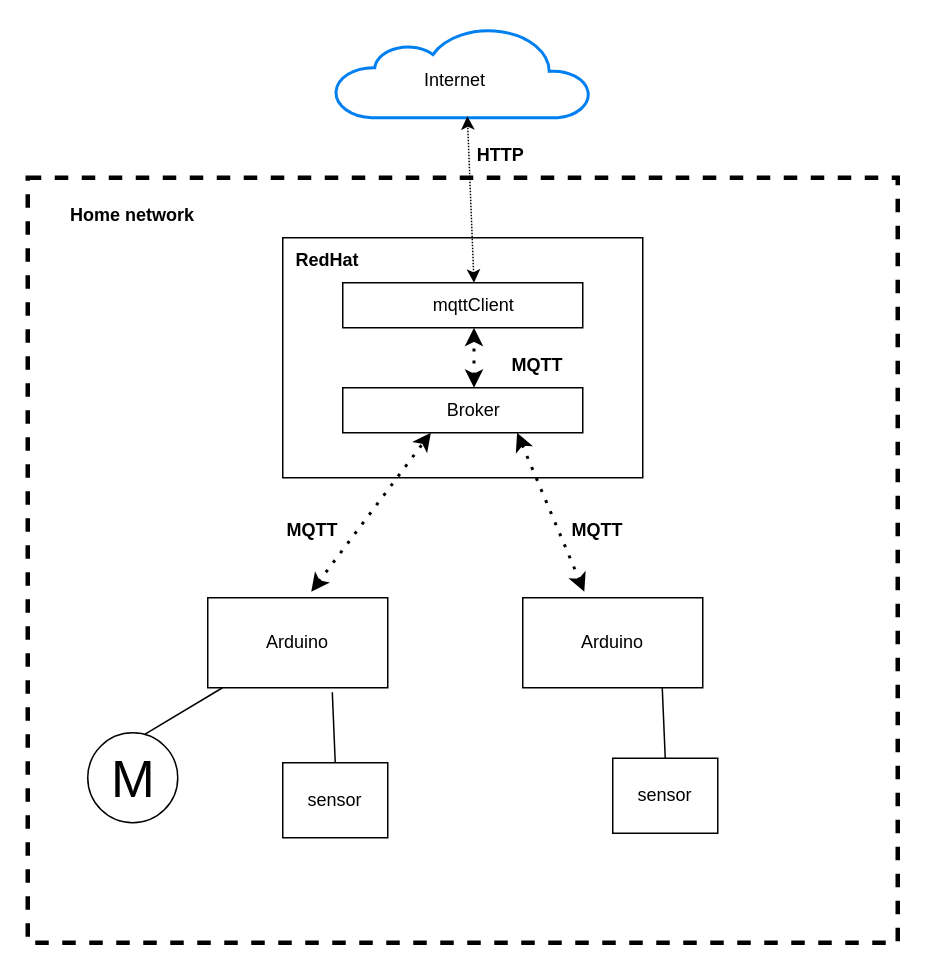
teukkis/superSmartHome keeps this draw.io diagram as architecture.drawio. Above is the earlier version. Source tidied: cells renumbered, new cells numbered last; positions are measured from the earlier drawing's top-left corner, leaving out a move shared by most shapes. Both pictures are drawn from the tidied source at 150%, with x=0, y=0 at pixel (27, 27).
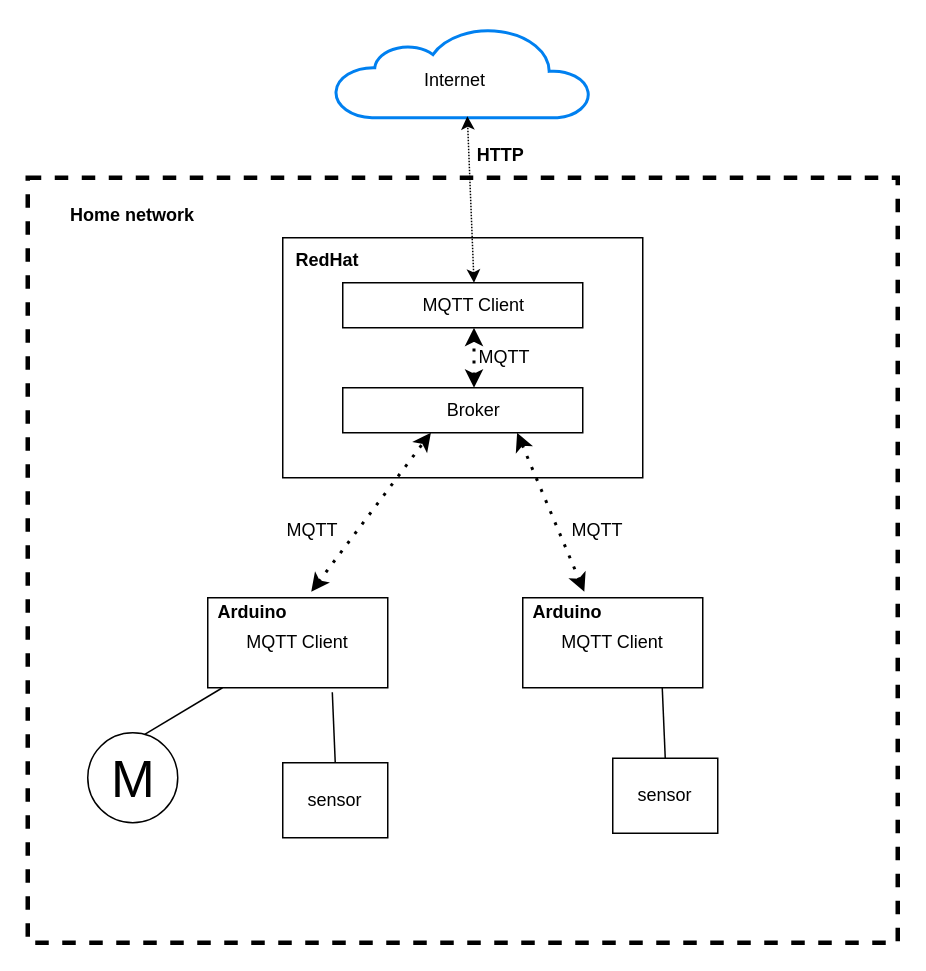
After the change.

What changed in the source:
```diff
@@
-    <mxCell id="12" value="Arduino" style="text;html=1;strokeColor=none;fillColor=none;align=center;verticalAlign=middle;whiteSpace=wrap;rounded=0;" parent="1" vertex="1">
+    <mxCell id="12" value="MQTT Client" style="text;html=1;strokeColor=none;fillColor=none;align=center;verticalAlign=middle;whiteSpace=wrap;rounded=0;" parent="1" vertex="1">
       <mxGeometry x="140" y="395" width="80" height="30" as="geometry" />
     </mxCell>
-    <mxCell id="13" value="Arduino" style="text;html=1;strokeColor=none;fillColor=none;align=center;verticalAlign=middle;whiteSpace=wrap;rounded=0;" parent="1" vertex="1">
+    <mxCell id="13" value="MQTT Client" style="text;html=1;strokeColor=none;fillColor=none;align=center;verticalAlign=middle;whiteSpace=wrap;rounded=0;" parent="1" vertex="1">
       <mxGeometry x="350" y="395" width="80" height="30" as="geometry" />
     </mxCell>
@@
-    <mxCell id="15" value="mqttClient" style="text;html=1;strokeColor=none;fillColor=none;align=center;verticalAlign=middle;whiteSpace=wrap;rounded=0;" parent="1" vertex="1">
+    <mxCell id="15" value="MQTT Client" style="text;html=1;strokeColor=none;fillColor=none;align=center;verticalAlign=middle;whiteSpace=wrap;rounded=0;" parent="1" vertex="1">
       <mxGeometry x="240" y="170" width="115" height="30" as="geometry" />
     </mxCell>
@@
-    <mxCell id="19" value="&lt;b&gt;MQTT&lt;/b&gt;" style="text;html=1;strokeColor=none;fillColor=none;align=center;verticalAlign=middle;whiteSpace=wrap;rounded=0;" parent="1" vertex="1">
+    <mxCell id="19" value="MQTT" style="text;html=1;strokeColor=none;fillColor=none;align=center;verticalAlign=middle;whiteSpace=wrap;rounded=0;" parent="1" vertex="1">
       <mxGeometry x="350" y="320" width="60" height="30" as="geometry" />
     </mxCell>
-    <mxCell id="20" value="&lt;b&gt;MQTT&lt;/b&gt;" style="text;html=1;strokeColor=none;fillColor=none;align=center;verticalAlign=middle;whiteSpace=wrap;rounded=0;" parent="1" vertex="1">
+    <mxCell id="20" value="MQTT" style="text;html=1;strokeColor=none;fillColor=none;align=center;verticalAlign=middle;whiteSpace=wrap;rounded=0;" parent="1" vertex="1">
       <mxGeometry x="160" y="320" width="60" height="30" as="geometry" />
     </mxCell>
-    <mxCell id="21" value="&lt;b&gt;MQTT&lt;/b&gt;" style="text;html=1;strokeColor=none;fillColor=none;align=center;verticalAlign=middle;whiteSpace=wrap;rounded=0;" parent="1" vertex="1">
-      <mxGeometry x="310" y="210" width="60" height="30" as="geometry" />
+    <mxCell id="21" value="MQTT" style="text;html=1;strokeColor=none;fillColor=none;align=center;verticalAlign=middle;whiteSpace=wrap;rounded=0;" parent="1" vertex="1">
+      <mxGeometry x="288" y="205" width="60" height="30" as="geometry" />
     </mxCell>
@@
+    <mxCell id="32" value="&lt;b&gt;Arduino&lt;/b&gt;" style="text;html=1;strokeColor=none;fillColor=none;align=center;verticalAlign=middle;whiteSpace=wrap;rounded=0;" parent="1" vertex="1">
+      <mxGeometry x="120" y="380" width="60" height="20" as="geometry" />
+    </mxCell>
+    <mxCell id="33" value="&lt;b&gt;Arduino&lt;/b&gt;" style="text;html=1;strokeColor=none;fillColor=none;align=center;verticalAlign=middle;whiteSpace=wrap;rounded=0;" parent="1" vertex="1">
+      <mxGeometry x="330" y="380" width="60" height="20" as="geometry" />
+    </mxCell>
```
